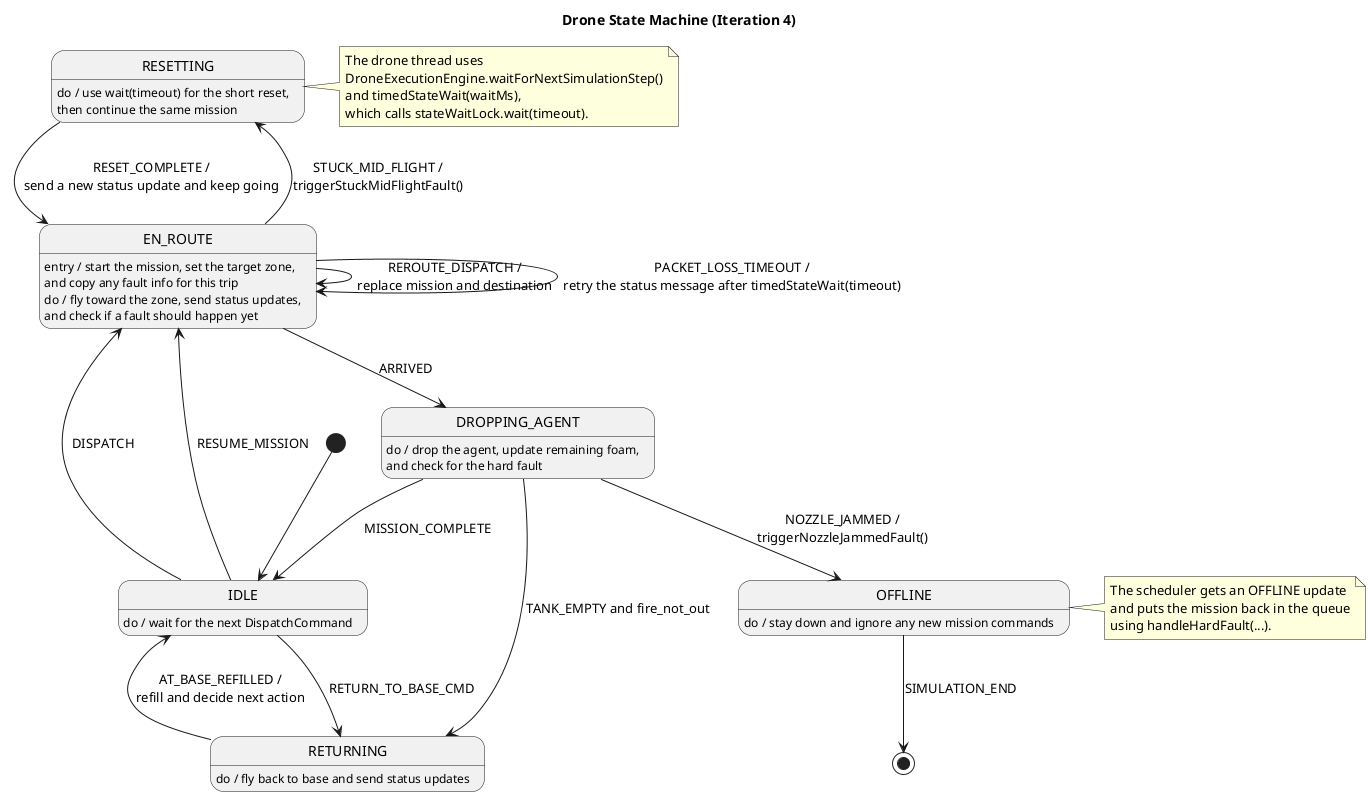
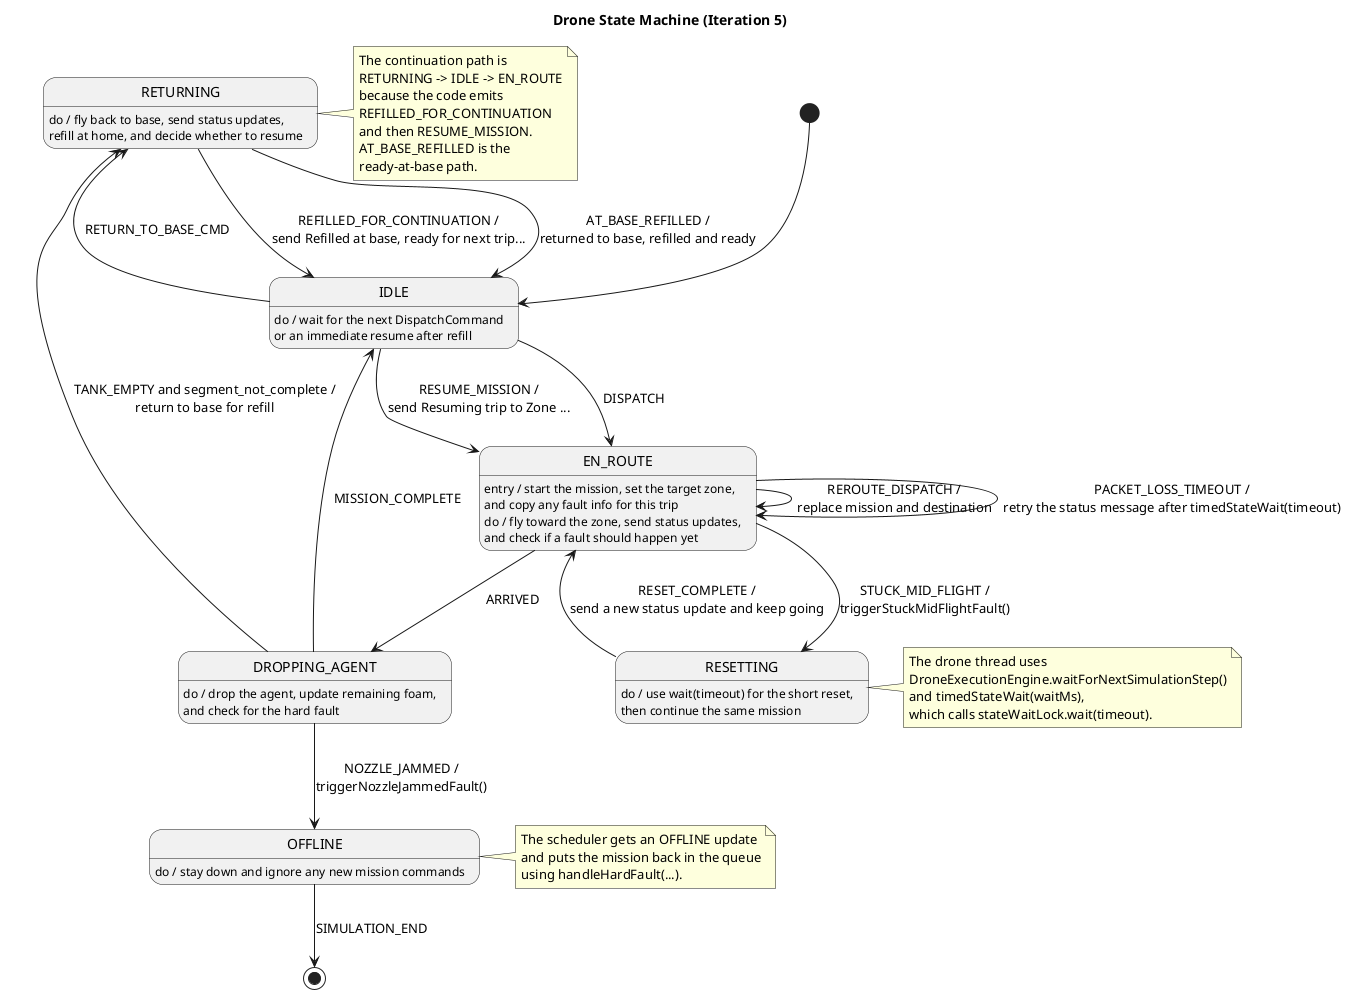
@startuml
- title Drone State Machine (Iteration 4)
+ title Drone State Machine (Iteration 5)

state IDLE
state EN_ROUTE
state DROPPING_AGENT
state RETURNING
state RESETTING
state OFFLINE

- IDLE : do / wait for the next DispatchCommand
+ IDLE : do / wait for the next DispatchCommand\nor an immediate resume after refill
EN_ROUTE : entry / start the mission, set the target zone,\nand copy any fault info for this trip
EN_ROUTE : do / fly toward the zone, send status updates,\nand check if a fault should happen yet
DROPPING_AGENT : do / drop the agent, update remaining foam,\nand check for the hard fault
- RETURNING : do / fly back to base and send status updates
+ RETURNING : do / fly back to base, send status updates,\nrefill at home, and decide whether to resume
RESETTING : do / use wait(timeout) for the short reset,\nthen continue the same mission
OFFLINE : do / stay down and ignore any new mission commands

[*] --> IDLE

IDLE --> EN_ROUTE : DISPATCH
EN_ROUTE --> EN_ROUTE : REROUTE_DISPATCH /\nreplace mission and destination
EN_ROUTE --> EN_ROUTE : PACKET_LOSS_TIMEOUT /\nretry the status message after timedStateWait(timeout)
EN_ROUTE --> RESETTING : STUCK_MID_FLIGHT /\ntriggerStuckMidFlightFault()
RESETTING --> EN_ROUTE : RESET_COMPLETE /\nsend a new status update and keep going
EN_ROUTE --> DROPPING_AGENT : ARRIVED

DROPPING_AGENT --> OFFLINE : NOZZLE_JAMMED /\ntriggerNozzleJammedFault()
- DROPPING_AGENT --> RETURNING : TANK_EMPTY and fire_not_out
- RETURNING --> IDLE : AT_BASE_REFILLED /\nrefill and decide next action
+ DROPPING_AGENT --> RETURNING : TANK_EMPTY and segment_not_complete /\nreturn to base for refill
+ RETURNING --> IDLE : REFILLED_FOR_CONTINUATION /\nsend Refilled at base, ready for next trip...
+ IDLE --> EN_ROUTE : RESUME_MISSION /\nsend Resuming trip to Zone ...
+ RETURNING --> IDLE : AT_BASE_REFILLED /\nreturned to base, refilled and ready

DROPPING_AGENT --> IDLE : MISSION_COMPLETE
IDLE --> RETURNING : RETURN_TO_BASE_CMD
- IDLE --> EN_ROUTE : RESUME_MISSION
OFFLINE --> [*] : SIMULATION_END
+ 
+ note right of RETURNING
+   The continuation path is
+   RETURNING -> IDLE -> EN_ROUTE
+   because the code emits
+   REFILLED_FOR_CONTINUATION
+   and then RESUME_MISSION.
+   AT_BASE_REFILLED is the
+   ready-at-base path.
+ end note

note right of RESETTING
  The drone thread uses
  DroneExecutionEngine.waitForNextSimulationStep()
  and timedStateWait(waitMs),
  which calls stateWaitLock.wait(timeout).
end note

note right of OFFLINE
  The scheduler gets an OFFLINE update
  and puts the mission back in the queue
  using handleHardFault(...).
end note

@enduml
